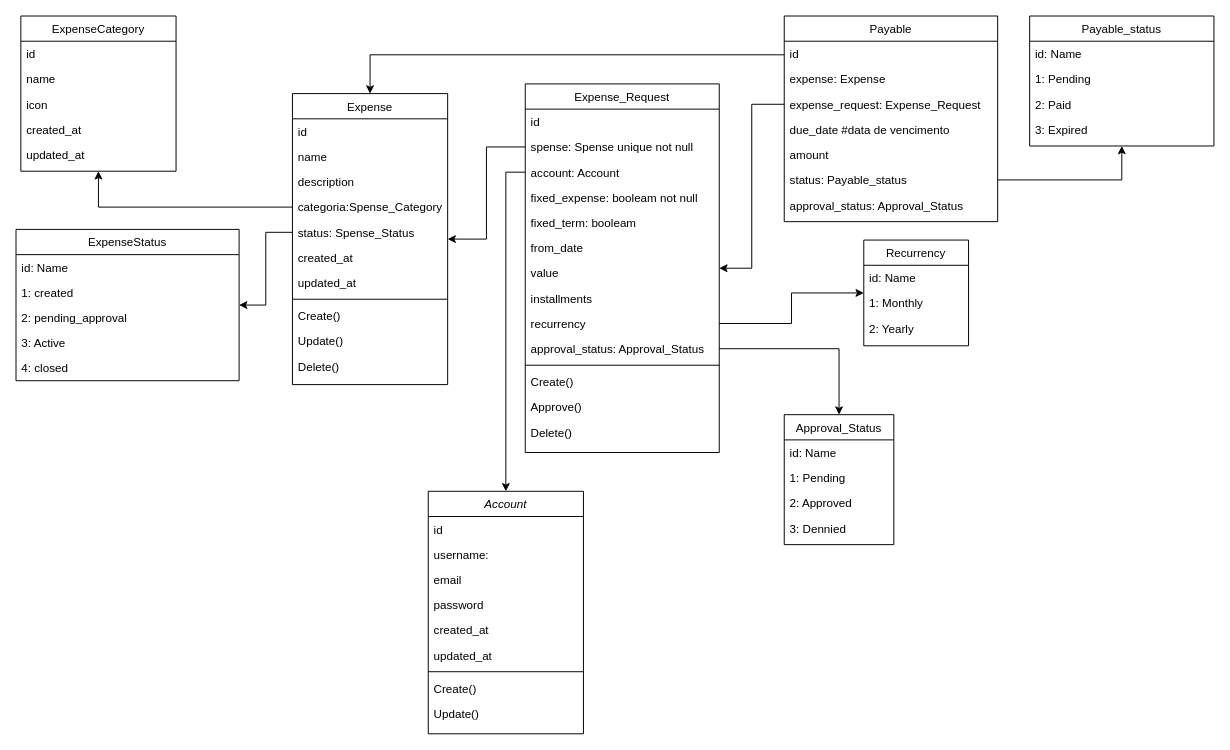
The draw.io diagram static/diagram/PlanWise Diagram.drawio in vinicius-rebelatto/plan-wise, before the edit. Source tidied: cells renumbered, new cells numbered last; positions are measured from the earlier drawing's top-left corner, leaving out a move shared by most shapes. Both pictures are drawn from the tidied source at 97%, with x=0, y=0 at pixel (16, 16).
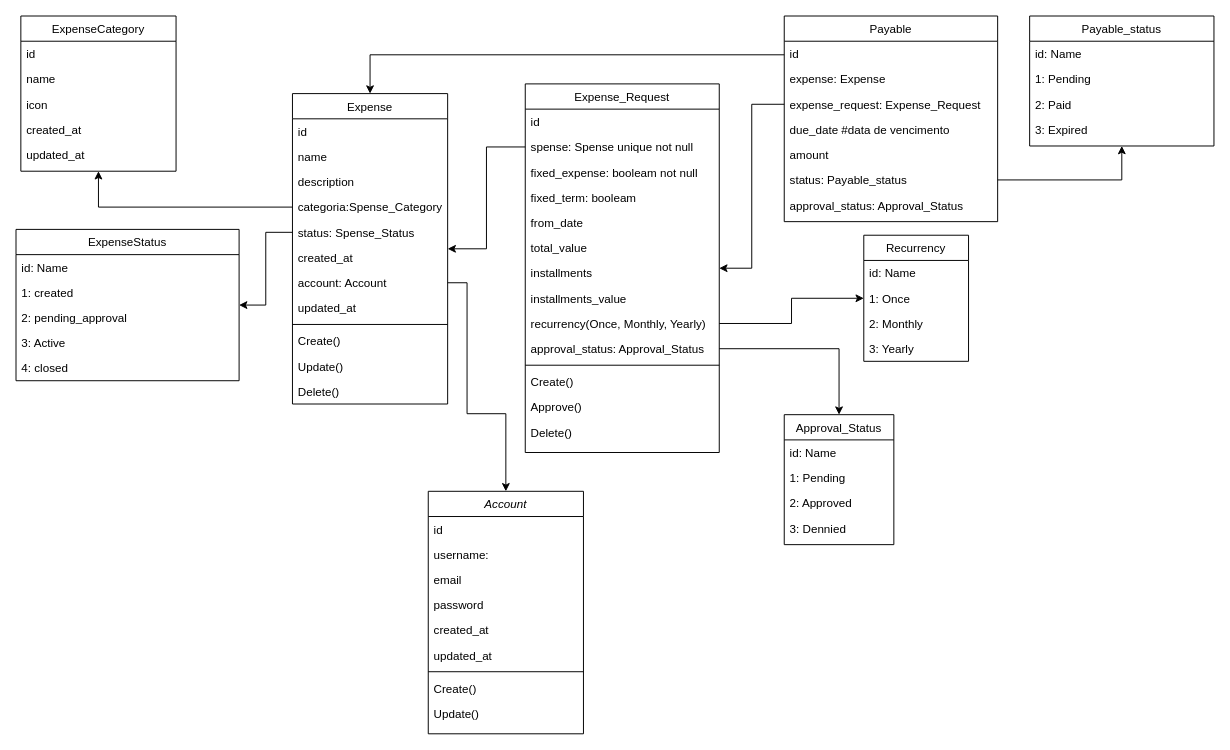
The same diagram, later.

Unchanged cells that the change refers to:
```xml
<mxCell id="2" value="Account" style="swimlane;fontStyle=2;align=center;verticalAlign=top;horizontal=1;startSize=26;rounded=0;shadow=0;strokeWidth=1;" parent="1" vertex="1">
  <mxGeometry x="425" y="490" width="160" height="250" as="geometry" />
</mxCell>
<mxCell id="37" value="Expense_Request" style="swimlane;fontStyle=0;align=center;verticalAlign=top;horizontal=1;startSize=26;rounded=0;shadow=0;strokeWidth=1;" parent="1" vertex="1">
  <mxGeometry x="525" y="70" width="200" height="380" as="geometry" />
</mxCell>
```

Diff of the diagram source:
```diff
@@
     <mxCell id="12" value="Expense" style="swimlane;fontStyle=0;align=center;verticalAlign=top;horizontal=1;startSize=26;rounded=0;shadow=0;strokeWidth=1;" parent="1" vertex="1">
-      <mxGeometry x="285" y="80" width="160" height="300" as="geometry" />
+      <mxGeometry x="285" y="80" width="160" height="320" as="geometry" />
     </mxCell>
@@
+    <mxCell id="40" value="account: Account" style="text;align=left;verticalAlign=top;spacingLeft=4;spacingRight=4;overflow=hidden;points=[[0,0.5],[1,0.5]];portConstraint=eastwest;" parent="12" vertex="1">
+      <mxGeometry y="182" width="160" height="26" as="geometry" />
+    </mxCell>
     <mxCell id="19" value="updated_at" style="text;align=left;verticalAlign=top;spacingLeft=4;spacingRight=4;overflow=hidden;" parent="12" vertex="1">
-      <mxGeometry y="182" width="160" height="26" as="geometry" />
+      <mxGeometry y="208" width="160" height="26" as="geometry" />
     </mxCell>
     <mxCell id="20" style="line;html=1;strokeWidth=1;align=left;verticalAlign=middle;spacingTop=-1;spacingLeft=3;spacingRight=3;labelPosition=right;" parent="12" vertex="1">
-      <mxGeometry y="208" width="160" height="8" as="geometry" />
+      <mxGeometry y="234" width="160" height="8" as="geometry" />
     </mxCell>
     <mxCell id="21" value="Create()" style="text;align=left;verticalAlign=top;spacingLeft=4;spacingRight=4;overflow=hidden;" parent="12" vertex="1">
-      <mxGeometry y="216" width="160" height="26" as="geometry" />
+      <mxGeometry y="242" width="160" height="26" as="geometry" />
     </mxCell>
     <mxCell id="22" value="Update()" style="text;align=left;verticalAlign=top;spacingLeft=4;spacingRight=4;overflow=hidden;rounded=0;shadow=0;html=0;" parent="12" vertex="1">
-      <mxGeometry y="242" width="160" height="26" as="geometry" />
+      <mxGeometry y="268" width="160" height="26" as="geometry" />
     </mxCell>
     <mxCell id="23" value="Delete()" style="text;align=left;verticalAlign=top;spacingLeft=4;spacingRight=4;overflow=hidden;rounded=0;shadow=0;html=0;" parent="12" vertex="1">
-      <mxGeometry y="268" width="160" height="26" as="geometry" />
+      <mxGeometry y="294" width="160" height="26" as="geometry" />
     </mxCell>
@@
-    <mxCell id="40" value="account: Account" style="text;align=left;verticalAlign=top;spacingLeft=4;spacingRight=4;overflow=hidden;points=[[0,0.5],[1,0.5]];portConstraint=eastwest;" parent="37" vertex="1">
-      <mxGeometry y="78" width="200" height="26" as="geometry" />
-    </mxCell>
     <mxCell id="41" value="fixed_expense: booleam not null" style="text;align=left;verticalAlign=top;spacingLeft=4;spacingRight=4;overflow=hidden;" parent="37" vertex="1">
-      <mxGeometry y="104" width="200" height="26" as="geometry" />
+      <mxGeometry y="78" width="200" height="26" as="geometry" />
     </mxCell>
     <mxCell id="42" value="fixed_term: booleam" style="text;align=left;verticalAlign=top;spacingLeft=4;spacingRight=4;overflow=hidden;" parent="37" vertex="1">
-      <mxGeometry y="130" width="200" height="26" as="geometry" />
+      <mxGeometry y="104" width="200" height="26" as="geometry" />
     </mxCell>
     <mxCell id="43" value="from_date" style="text;align=left;verticalAlign=top;spacingLeft=4;spacingRight=4;overflow=hidden;" parent="37" vertex="1">
-      <mxGeometry y="156" width="200" height="26" as="geometry" />
+      <mxGeometry y="130" width="200" height="26" as="geometry" />
     </mxCell>
-    <mxCell id="44" value="value" style="text;align=left;verticalAlign=top;spacingLeft=4;spacingRight=4;overflow=hidden;rounded=0;shadow=0;html=0;" parent="37" vertex="1">
-      <mxGeometry y="182" width="200" height="26" as="geometry" />
+    <mxCell id="44" value="total_value" style="text;align=left;verticalAlign=top;spacingLeft=4;spacingRight=4;overflow=hidden;rounded=0;shadow=0;html=0;" parent="37" vertex="1">
+      <mxGeometry y="156" width="200" height="26" as="geometry" />
     </mxCell>
     <mxCell id="45" value="installments" style="text;align=left;verticalAlign=top;spacingLeft=4;spacingRight=4;overflow=hidden;" parent="37" vertex="1">
-      <mxGeometry y="208" width="200" height="26" as="geometry" />
+      <mxGeometry y="182" width="200" height="26" as="geometry" />
     </mxCell>
+    <mxCell id="82" value="installments_value" style="text;align=left;verticalAlign=top;spacingLeft=4;spacingRight=4;overflow=hidden;rounded=0;shadow=0;html=0;" parent="37" vertex="1">
+      <mxGeometry y="208" width="200" height="26" as="geometry" />
+    </mxCell>
-    <mxCell id="46" value="recurrency" style="text;align=left;verticalAlign=top;spacingLeft=4;spacingRight=4;overflow=hidden;points=[[0,0.5],[1,0.5]];portConstraint=eastwest;" parent="37" vertex="1">
+    <mxCell id="46" value="recurrency(Once, Monthly, Yearly)" style="text;align=left;verticalAlign=top;spacingLeft=4;spacingRight=4;overflow=hidden;points=[[0,0.5],[1,0.5]];portConstraint=eastwest;" parent="37" vertex="1">
       <mxGeometry y="234" width="200" height="26" as="geometry" />
     </mxCell>
@@
-    <mxCell id="60" style="edgeStyle=orthogonalEdgeStyle;rounded=0;jettySize=auto;html=1;exitX=0;exitY=0.5;exitDx=0;exitDy=0;entryX=0.5;entryY=0;entryDx=0;entryDy=0;" parent="1" edge="1" source="40" target="2">
+    <mxCell id="60" style="edgeStyle=orthogonalEdgeStyle;rounded=0;jettySize=auto;html=1;entryX=0.5;entryY=0;entryDx=0;entryDy=0;" parent="1" edge="1" source="40" target="2">
       <mxGeometry relative="1" as="geometry">
         <Array as="points">
-          <mxPoint x="505" y="161" />
+          <mxPoint x="465" y="275" />
+          <mxPoint x="465" y="410" />
+          <mxPoint x="505" y="410" />
         </Array>
       </mxGeometry>
     </mxCell>
@@
     <mxCell id="76" value="Recurrency" style="swimlane;fontStyle=0;align=center;verticalAlign=top;horizontal=1;startSize=26;rounded=0;shadow=0;strokeWidth=1;" parent="1" vertex="1">
-      <mxGeometry x="874" y="231" width="108" height="109" as="geometry" />
+      <mxGeometry x="874" y="226" width="108" height="130" as="geometry" />
     </mxCell>
@@
+    <mxCell id="83" value="1: Once" style="text;align=left;verticalAlign=top;spacingLeft=4;spacingRight=4;overflow=hidden;" parent="76" vertex="1">
+      <mxGeometry y="52" width="108" height="26" as="geometry" />
+    </mxCell>
-    <mxCell id="78" value="1: Monthly" style="text;align=left;verticalAlign=top;spacingLeft=4;spacingRight=4;overflow=hidden;" parent="76" vertex="1">
-      <mxGeometry y="52" width="108" height="26" as="geometry" />
+    <mxCell id="78" value="2: Monthly" style="text;align=left;verticalAlign=top;spacingLeft=4;spacingRight=4;overflow=hidden;" parent="76" vertex="1">
+      <mxGeometry y="78" width="108" height="26" as="geometry" />
     </mxCell>
-    <mxCell id="79" value="2: Yearly" style="text;align=left;verticalAlign=top;spacingLeft=4;spacingRight=4;overflow=hidden;" parent="76" vertex="1">
-      <mxGeometry y="78" width="108" height="26" as="geometry" />
+    <mxCell id="79" value="3: Yearly" style="text;align=left;verticalAlign=top;spacingLeft=4;spacingRight=4;overflow=hidden;" parent="76" vertex="1">
+      <mxGeometry y="104" width="108" height="26" as="geometry" />
     </mxCell>
```
